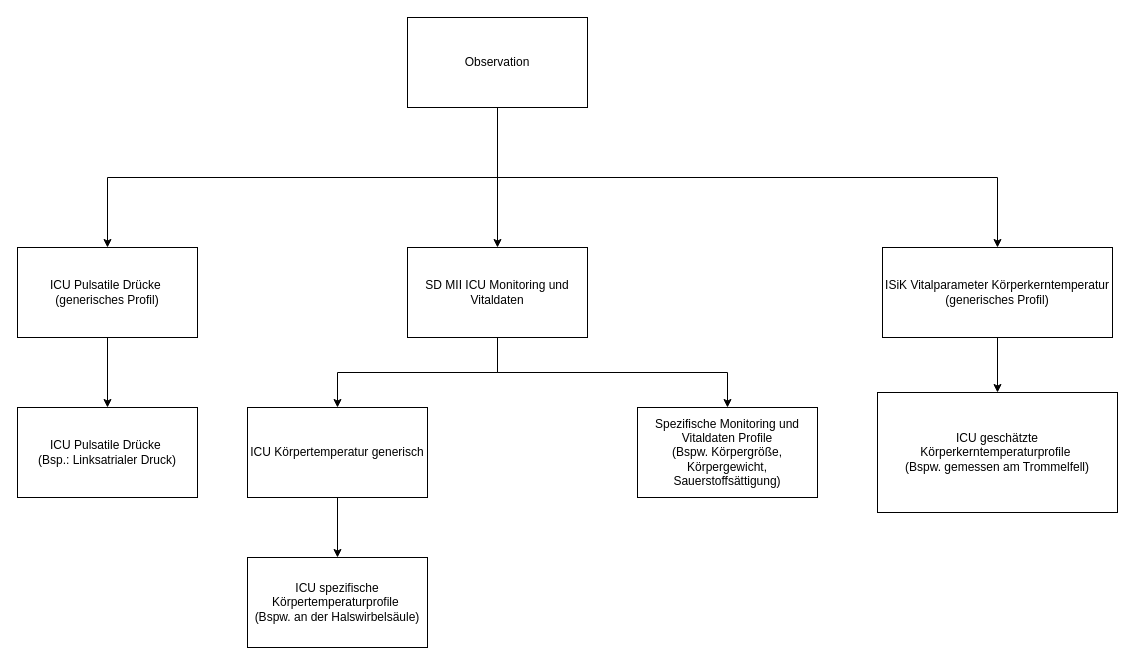
This is Material/ICU/Ableitungsdiagramm_ICU.drawio.xml from gematik/spec-ISiK-Basismodul, a draw.io file, before an edit. Source tidied: cells renumbered, new cells numbered last; positions are measured from the earlier drawing's top-left corner, leaving out a move shared by most shapes. Both pictures are drawn from the tidied source at 100%, with x=0, y=0 at pixel (17, 17).
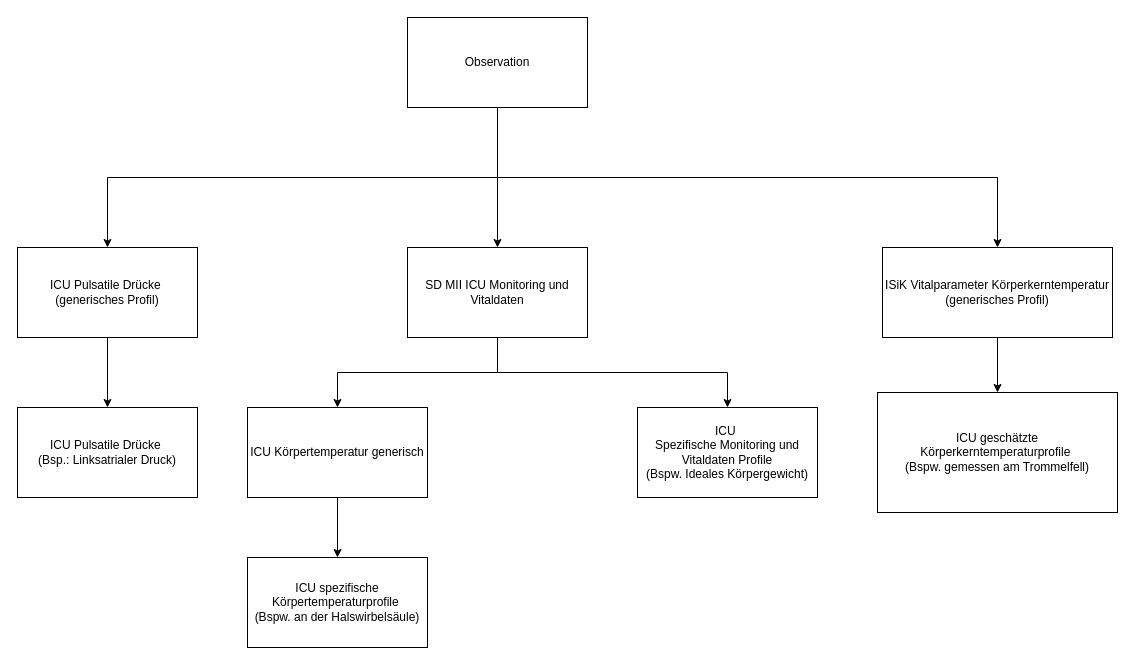
Above is the later version.

Commit message (it also covers changes not shown here):
Updated the diagrams for profile Inheritance (#893)

What changed in the source:
```diff
@@
 <mxGraphModel>
   <root>
     <mxCell id="0" />
     <mxCell id="1" parent="0" />
     <mxCell id="2" style="edgeStyle=orthogonalEdgeStyle;rounded=0;jettySize=auto;html=1;exitX=0.5;exitY=1;exitDx=0;exitDy=0;entryX=0.5;entryY=0;entryDx=0;entryDy=0;" parent="1" edge="1" source="3" target="7">
       <mxGeometry relative="1" as="geometry" />
     </mxCell>
     <mxCell id="3" value="&lt;div&gt;ISiK Vitalparameter Körperkerntemperatur&lt;/div&gt;&lt;div&gt;(generisches Profil)&lt;/div&gt;" style="rounded=0;whiteSpace=wrap;html=1;" parent="1" vertex="1">
       <mxGeometry x="865" y="230" width="230" height="90" as="geometry" />
     </mxCell>
     <mxCell id="4" style="edgeStyle=orthogonalEdgeStyle;rounded=0;jettySize=auto;html=1;exitX=0.5;exitY=1;exitDx=0;exitDy=0;entryX=0.5;entryY=0;entryDx=0;entryDy=0;" parent="1" edge="1" source="6" target="16">
       <mxGeometry relative="1" as="geometry" />
     </mxCell>
-    <mxCell id="5" style="edgeStyle=orthogonalEdgeStyle;rounded=0;jettySize=auto;html=1;exitX=0.5;exitY=1;exitDx=0;exitDy=0;entryX=0.5;entryY=0;entryDx=0;entryDy=0;" parent="1" edge="1" source="6" target="17">
-      <mxGeometry relative="1" as="geometry" />
-    </mxCell>
+    <mxCell id="19" style="edgeStyle=orthogonalEdgeStyle;rounded=0;jettySize=auto;html=1;exitX=0.5;exitY=1;exitDx=0;exitDy=0;entryX=0.5;entryY=0;entryDx=0;entryDy=0;" parent="1" edge="1" source="6" target="20">
+      <mxGeometry relative="1" as="geometry" />
+    </mxCell>
     <mxCell id="6" value="SD MII ICU Monitoring und Vitaldaten" style="rounded=0;whiteSpace=wrap;html=1;" parent="1" vertex="1">
       <mxGeometry x="390" y="230" width="180" height="90" as="geometry" />
     </mxCell>
     <mxCell id="7" value="&lt;div&gt;ICU geschätzte Körperkerntemperaturprofile&amp;nbsp;&lt;/div&gt;&lt;div&gt;(Bspw. gemessen am Trommelfell)&lt;/div&gt;" style="rounded=0;whiteSpace=wrap;html=1;" parent="1" vertex="1">
       <mxGeometry x="860" y="375" width="240" height="120" as="geometry" />
     </mxCell>
     <mxCell id="8" style="edgeStyle=orthogonalEdgeStyle;rounded=0;jettySize=auto;html=1;exitX=0.5;exitY=1;exitDx=0;exitDy=0;entryX=0.5;entryY=0;entryDx=0;entryDy=0;" parent="1" edge="1" source="10" target="12">
       <mxGeometry relative="1" as="geometry" />
     </mxCell>
     <mxCell id="9" style="edgeStyle=orthogonalEdgeStyle;rounded=0;jettySize=auto;html=1;exitX=0.5;exitY=1;exitDx=0;exitDy=0;entryX=0.5;entryY=0;entryDx=0;entryDy=0;" parent="1" edge="1" source="10" target="3">
       <mxGeometry relative="1" as="geometry" />
     </mxCell>
     <mxCell id="10" value="Observation" style="rounded=0;whiteSpace=wrap;html=1;" parent="1" vertex="1">
       <mxGeometry x="390" width="180" height="90" as="geometry" />
     </mxCell>
     <mxCell id="11" style="edgeStyle=orthogonalEdgeStyle;rounded=0;jettySize=auto;html=1;exitX=0.5;exitY=1;exitDx=0;exitDy=0;entryX=0.5;entryY=0;entryDx=0;entryDy=0;" parent="1" edge="1" source="12" target="14">
       <mxGeometry relative="1" as="geometry" />
     </mxCell>
     <mxCell id="12" value="&lt;div&gt;ICU Pulsatile Drücke&amp;nbsp;&lt;/div&gt;&lt;div&gt;(generisches Profil)&lt;/div&gt;" style="rounded=0;whiteSpace=wrap;html=1;" parent="1" vertex="1">
       <mxGeometry y="230" width="180" height="90" as="geometry" />
     </mxCell>
     <mxCell id="13" style="edgeStyle=orthogonalEdgeStyle;rounded=0;jettySize=auto;html=1;exitX=0.5;exitY=1;exitDx=0;exitDy=0;" parent="1" edge="1" source="10" target="6">
       <mxGeometry relative="1" as="geometry" />
     </mxCell>
     <mxCell id="14" value="&lt;div&gt;ICU Pulsatile Drücke&amp;nbsp;&lt;/div&gt;&lt;div&gt;(Bsp.: Linksatrialer Druck)&lt;/div&gt;" style="rounded=0;whiteSpace=wrap;html=1;" parent="1" vertex="1">
       <mxGeometry y="390" width="180" height="90" as="geometry" />
     </mxCell>
     <mxCell id="15" style="edgeStyle=orthogonalEdgeStyle;rounded=0;jettySize=auto;html=1;exitX=0.5;exitY=1;exitDx=0;exitDy=0;entryX=0.5;entryY=0;entryDx=0;entryDy=0;" parent="1" edge="1" source="16" target="18">
       <mxGeometry relative="1" as="geometry" />
     </mxCell>
     <mxCell id="16" value="ICU Körpertemperatur generisch" style="rounded=0;whiteSpace=wrap;html=1;" parent="1" vertex="1">
       <mxGeometry x="230" y="390" width="180" height="90" as="geometry" />
     </mxCell>
-    <mxCell id="17" value="&lt;div&gt;Spezifische Monitoring und Vitaldaten Profile&lt;/div&gt;&lt;div&gt;(Bspw. Körpergröße, Körpergewicht, Sauerstoffsättigung)&lt;/div&gt;" style="rounded=0;whiteSpace=wrap;html=1;" parent="1" vertex="1">
-      <mxGeometry x="620" y="390" width="180" height="90" as="geometry" />
-    </mxCell>
+    <mxCell id="20" value="ICU&amp;nbsp;&lt;div&gt;Spezifische Monitoring und Vitaldaten Profile&lt;/div&gt;&lt;div&gt;(Bspw. Ideales Körpergewicht)&lt;/div&gt;" style="rounded=0;whiteSpace=wrap;html=1;" parent="1" vertex="1">
+      <mxGeometry x="620" y="390" width="180" height="90" as="geometry" />
+    </mxCell>
     <mxCell id="18" value="&lt;div&gt;ICU spezifische Körpertemperaturprofile&amp;nbsp;&lt;/div&gt;&lt;div&gt;(Bspw. an der Halswirbelsäule)&lt;/div&gt;" style="rounded=0;whiteSpace=wrap;html=1;" parent="1" vertex="1">
       <mxGeometry x="230" y="540" width="180" height="90" as="geometry" />
     </mxCell>
   </root>
 </mxGraphModel>
```
